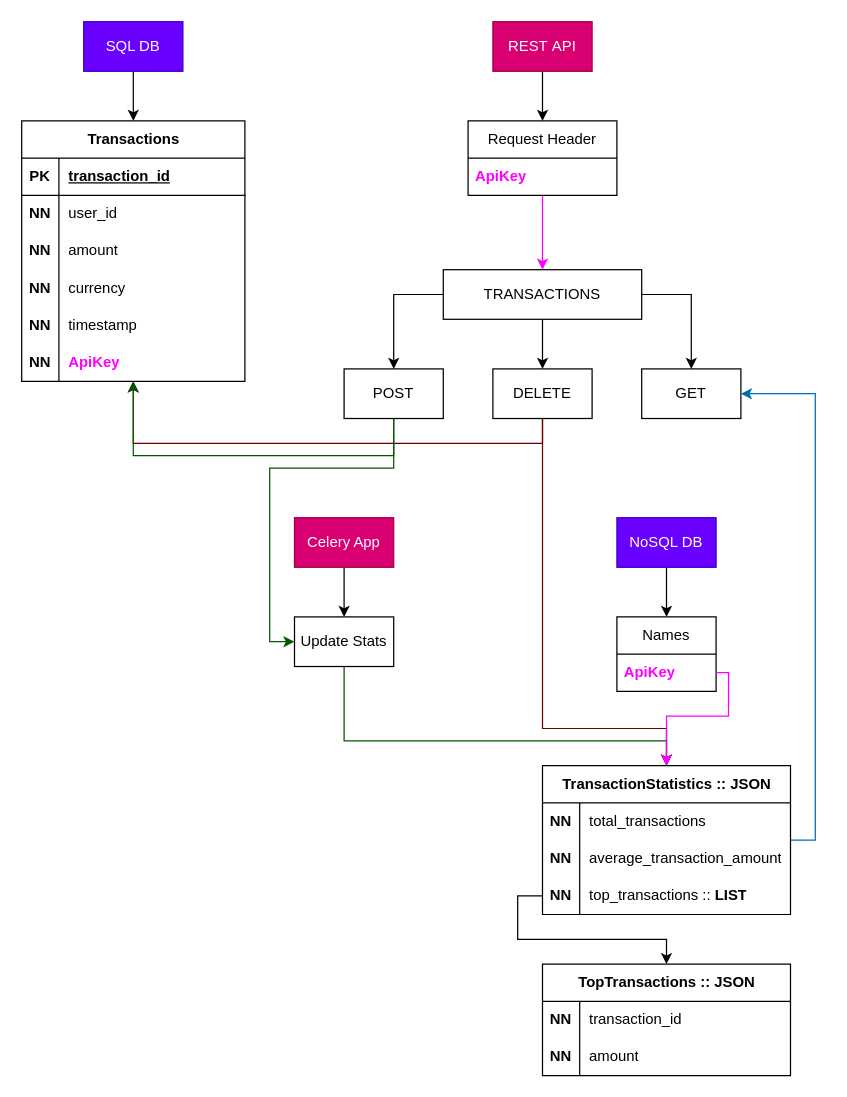
ames0k0/TestWork keeps this draw.io diagram as WebDevelopment/TestWork005/data/Diagram.drawio. Above is the earlier version. Source tidied: cells renumbered, new cells numbered last; positions are measured from the earlier drawing's top-left corner, leaving out a move shared by most shapes. Both pictures are drawn from the tidied source at 124%, with x=0, y=0 at pixel (21, 21).
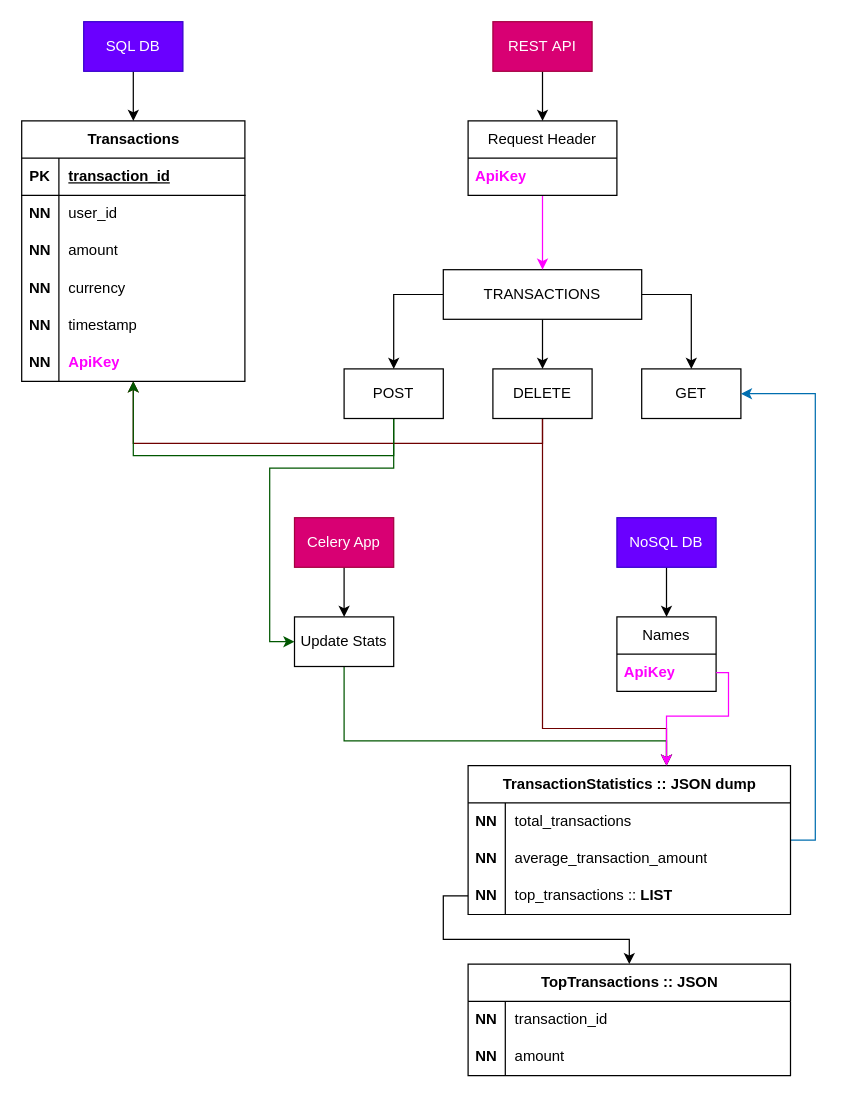
After the change.

Diff of the diagram source:
```diff
@@
     <mxCell id="43" value="TopTransactions :: JSON" style="shape=table;startSize=30;childLayout=tableLayout;rowLines=0;fontStyle=1;align=center;html=1;" parent="1" vertex="1">
-      <mxGeometry x="420" y="760" width="200" height="90" as="geometry" />
+      <mxGeometry x="360" y="760" width="260" height="90" as="geometry" />
     </mxCell>
     <mxCell id="44" style="shape=tableRow;horizontal=0;startSize=0;swimlaneHead=0;swimlaneBody=0;fillColor=none;top=0;left=0;right=0;bottom=0;" parent="43" vertex="1">
-      <mxGeometry y="30" width="200" height="30" as="geometry" />
+      <mxGeometry y="30" width="260" height="30" as="geometry" />
     </mxCell>
@@
     <mxCell id="46" value="transaction_id" style="shape=partialRectangle;fillColor=none;top=0;left=0;bottom=0;right=0;align=left;spacingLeft=6;overflow=hidden;whiteSpace=wrap;html=1;" parent="44" vertex="1">
-      <mxGeometry x="30" width="170" height="30" as="geometry" />
+      <mxGeometry x="30" width="230" height="30" as="geometry" />
     </mxCell>
     <mxCell id="47" style="shape=tableRow;horizontal=0;startSize=0;swimlaneHead=0;swimlaneBody=0;fillColor=none;top=0;left=0;right=0;bottom=0;" parent="43" vertex="1">
-      <mxGeometry y="60" width="200" height="30" as="geometry" />
+      <mxGeometry y="60" width="260" height="30" as="geometry" />
     </mxCell>
@@
     <mxCell id="49" value="amount" style="shape=partialRectangle;fillColor=none;top=0;left=0;bottom=0;right=0;align=left;spacingLeft=6;overflow=hidden;whiteSpace=wrap;html=1;" parent="47" vertex="1">
-      <mxGeometry x="30" width="170" height="30" as="geometry" />
+      <mxGeometry x="30" width="230" height="30" as="geometry" />
     </mxCell>
@@
-    <mxCell id="55" value="TransactionStatistics :: JSON" style="shape=table;startSize=30;childLayout=tableLayout;rowLines=0;fontStyle=1;align=center;html=1;" parent="1" vertex="1">
-      <mxGeometry x="420" y="600" width="200" height="120" as="geometry" />
+    <mxCell id="55" value="TransactionStatistics :: JSON dump" style="shape=table;startSize=30;childLayout=tableLayout;rowLines=0;fontStyle=1;align=center;html=1;" parent="1" vertex="1">
+      <mxGeometry x="360" y="600" width="260" height="120" as="geometry" />
     </mxCell>
     <mxCell id="56" style="shape=tableRow;horizontal=0;startSize=0;swimlaneHead=0;swimlaneBody=0;fillColor=none;top=0;left=0;right=0;bottom=0;" parent="55" vertex="1">
-      <mxGeometry y="30" width="200" height="30" as="geometry" />
+      <mxGeometry y="30" width="260" height="30" as="geometry" />
     </mxCell>
@@
     <mxCell id="58" value="total_transactions" style="shape=partialRectangle;fillColor=none;top=0;left=0;bottom=0;right=0;align=left;spacingLeft=6;overflow=hidden;whiteSpace=wrap;html=1;" parent="56" vertex="1">
-      <mxGeometry x="30" width="170" height="30" as="geometry" />
+      <mxGeometry x="30" width="230" height="30" as="geometry" />
     </mxCell>
     <mxCell id="59" style="shape=tableRow;horizontal=0;startSize=0;swimlaneHead=0;swimlaneBody=0;fillColor=none;top=0;left=0;right=0;bottom=0;" parent="55" vertex="1">
-      <mxGeometry y="60" width="200" height="30" as="geometry" />
+      <mxGeometry y="60" width="260" height="30" as="geometry" />
     </mxCell>
@@
     <mxCell id="61" value="average_transaction_amount" style="shape=partialRectangle;fillColor=none;top=0;left=0;bottom=0;right=0;align=left;spacingLeft=6;overflow=hidden;whiteSpace=wrap;html=1;" parent="59" vertex="1">
-      <mxGeometry x="30" width="170" height="30" as="geometry" />
+      <mxGeometry x="30" width="230" height="30" as="geometry" />
     </mxCell>
     <mxCell id="62" style="shape=tableRow;horizontal=0;startSize=0;swimlaneHead=0;swimlaneBody=0;fillColor=none;points=[[0,0.5],[1,0.5]];portConstraint=eastwest;top=0;left=0;right=0;bottom=0;" parent="55" vertex="1">
-      <mxGeometry y="90" width="200" height="30" as="geometry" />
+      <mxGeometry y="90" width="260" height="30" as="geometry" />
     </mxCell>
@@
     <mxCell id="64" value="top_transactions :: &lt;b&gt;LIST&lt;/b&gt;" style="shape=partialRectangle;fillColor=none;top=0;left=0;bottom=0;right=0;align=left;spacingLeft=6;overflow=hidden;whiteSpace=wrap;html=1;" parent="62" vertex="1">
-      <mxGeometry x="30" width="170" height="30" as="geometry" />
+      <mxGeometry x="30" width="230" height="30" as="geometry" />
     </mxCell>
```
